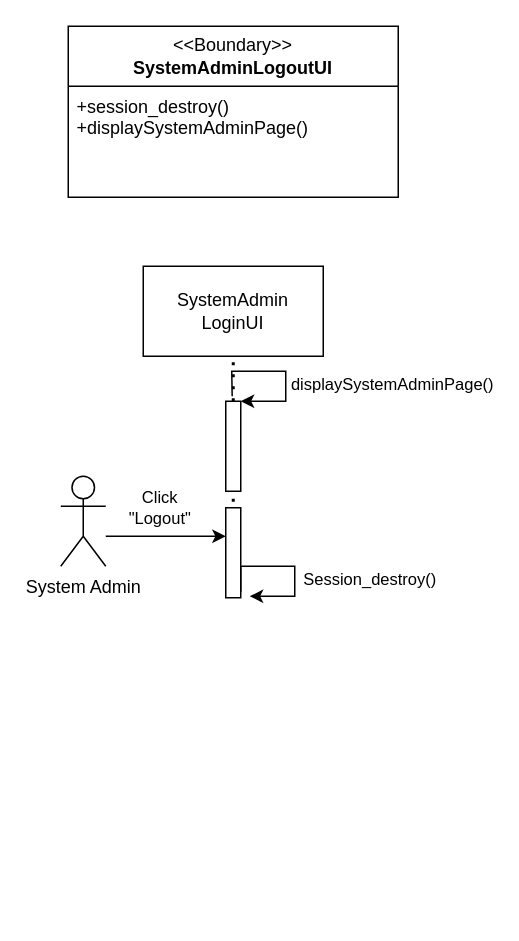
Above: page "SystemAdminLogout" (2 of 8) of BCE.drawio in junrenx/Diagrams (draw.io), before the change. Source tidied: cells renumbered, new cells numbered last; positions are measured from the earlier drawing's top-left corner, leaving out a move shared by most shapes. Both pictures are drawn from the tidied source at 150%, with x=0, y=0 at pixel (60, 26).
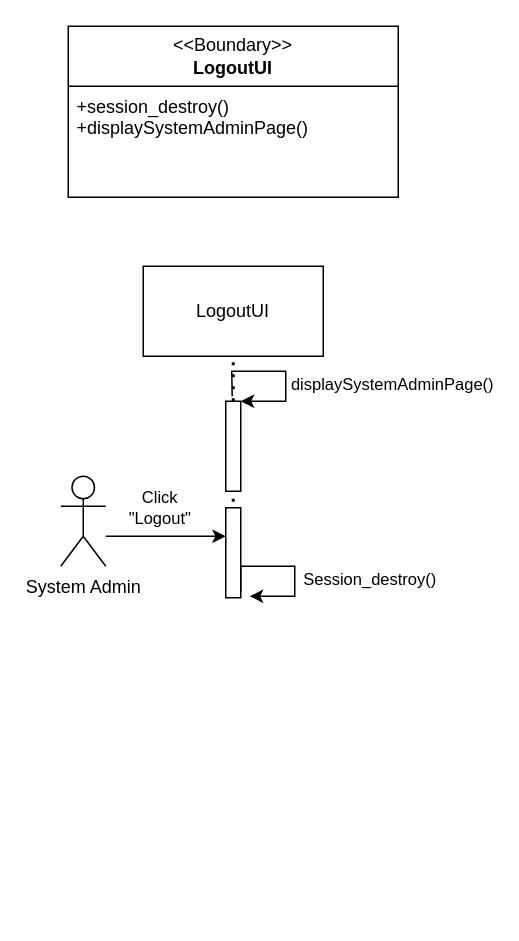
Above is the later version.

What changed in the source:
```diff
@@
-    <mxCell id="4" value="&amp;lt;&amp;lt;Boundary&amp;gt;&amp;gt;&lt;br&gt;&lt;b&gt;SystemAdminLogoutUI&lt;/b&gt;" style="swimlane;fontStyle=0;horizontal=1;startSize=40;fillColor=none;whiteSpace=wrap;html=1;" parent="1" vertex="1">
+    <mxCell id="4" value="&amp;lt;&amp;lt;Boundary&amp;gt;&amp;gt;&lt;br&gt;&lt;b&gt;LogoutUI&lt;/b&gt;" style="swimlane;fontStyle=0;horizontal=1;startSize=40;fillColor=none;whiteSpace=wrap;html=1;" parent="1" vertex="1">
       <mxGeometry x="5" width="220" height="114" as="geometry" />
     </mxCell>
@@
-    <mxCell id="10" value="SystemAdmin&lt;br&gt;LoginUI" style="rounded=0;whiteSpace=wrap;html=1;" parent="1" vertex="1">
+    <mxCell id="10" value="LogoutUI" style="rounded=0;whiteSpace=wrap;html=1;" parent="1" vertex="1">
       <mxGeometry x="55" y="160" width="120" height="60" as="geometry" />
     </mxCell>
```
